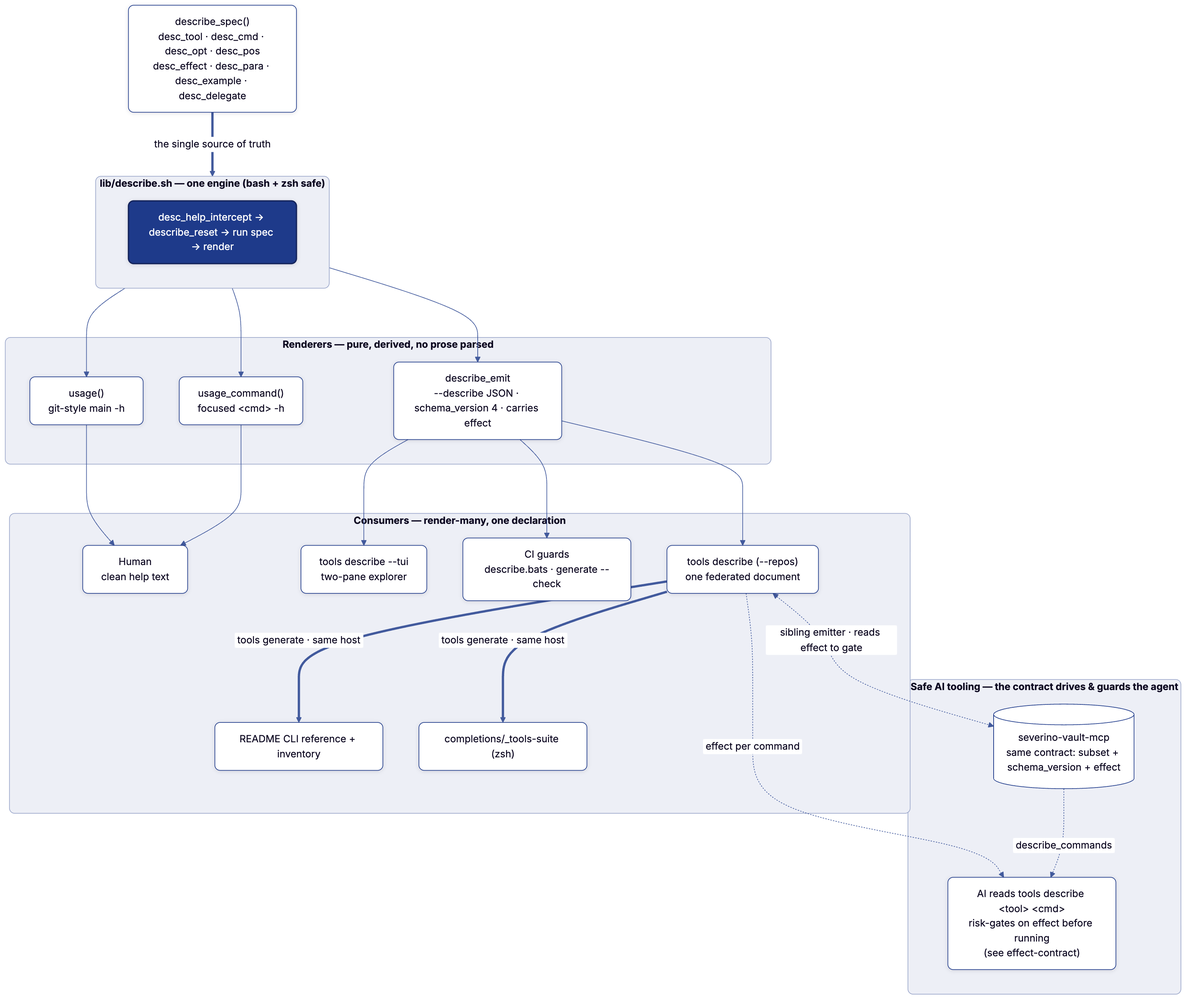
Before: docs/diagrams/describe-pipeline.png, a diagram exported from Mermaid (joeseverino/tools). Its source is kept beside it as docs/diagrams/describe-pipeline.mmd.
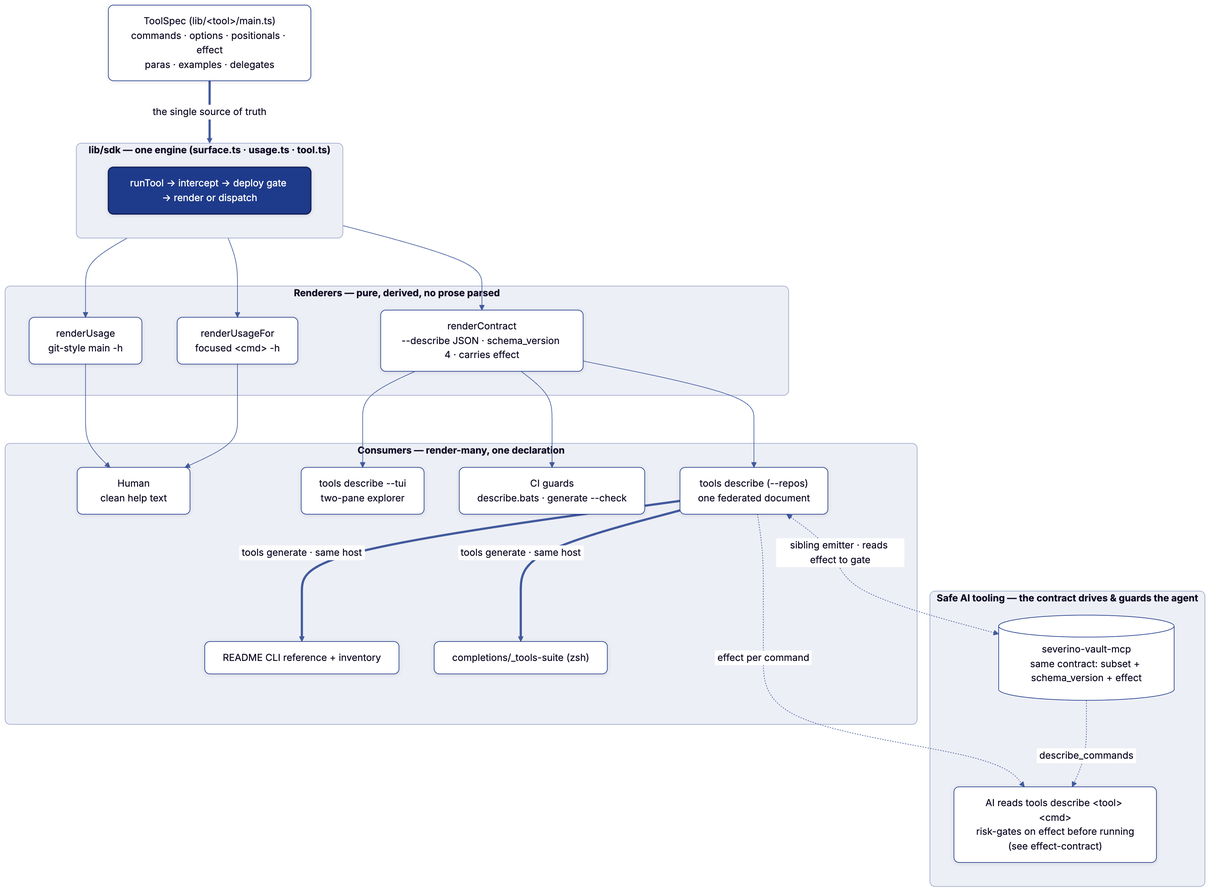
Above is the later version.

What changed in the source:
```diff
@@ -1,16 +1,16 @@
 %%{init: {'flowchart': {'rankSpacing': 75, 'nodeSpacing': 55}}}%%
 flowchart TB
-    spec["describe_spec()<br/>desc_tool · desc_cmd · desc_opt · desc_pos<br/>desc_effect · desc_para · desc_example · desc_delegate"]
+    spec["ToolSpec (lib/&lt;tool&gt;/main.ts)<br/>commands · options · positionals · effect<br/>paras · examples · delegates"]
 
-    subgraph engine["lib/describe.sh — one engine (bash + zsh safe)"]
-        run["desc_help_intercept → describe_reset → run spec → render"]
+    subgraph engine["lib/sdk — one engine (surface.ts · usage.ts · tool.ts)"]
+        run["runTool → intercept → deploy gate → render or dispatch"]
     end
     spec ==>|"the single source of truth"| engine
 
     subgraph renderers["Renderers — pure, derived, no prose parsed"]
-        usage["usage()<br/>git-style main -h"]
-        focused["usage_command()<br/>focused &lt;cmd&gt; -h"]
-        json["describe_emit<br/>--describe JSON · schema_version 4 · carries effect"]
+        usage["renderUsage<br/>git-style main -h"]
+        focused["renderUsageFor<br/>focused &lt;cmd&gt; -h"]
+        json["renderContract<br/>--describe JSON · schema_version 4 · carries effect"]
     end
     engine --> usage
     engine --> focused
```
